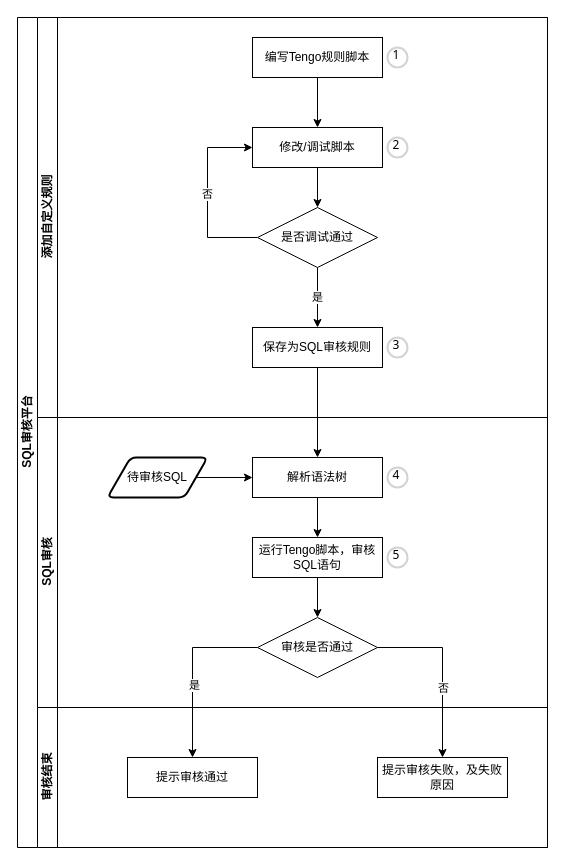
Before: tengo-rule.drawio in ColdWaterLW/drawio, a draw.io diagram. Source tidied: cells renumbered, new cells numbered last; positions are measured from the earlier drawing's top-left corner, leaving out a move shared by most shapes. Both pictures are drawn from the tidied source at 100%, with x=0, y=0 at pixel (17, 17).
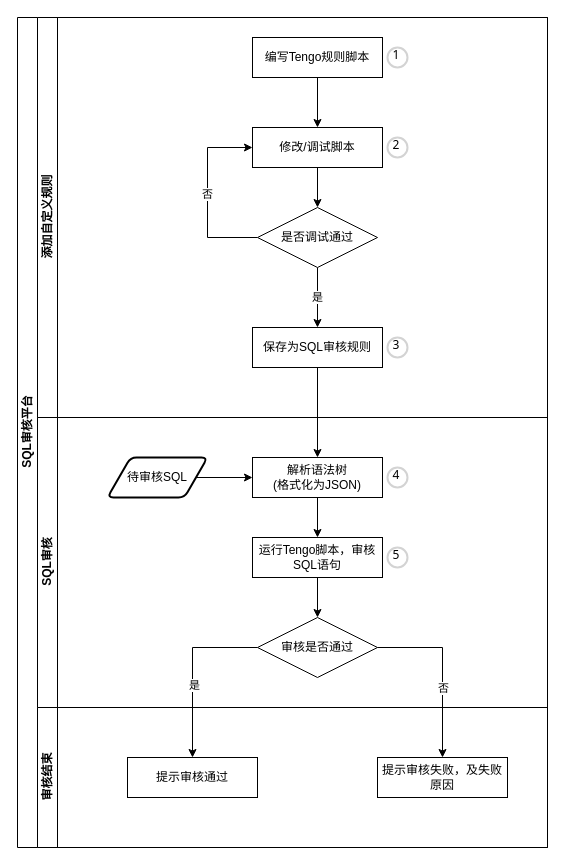
The same diagram, later.

The change refers to these unchanged cells:
```xml
<mxCell id="15" value="SQL审核" style="swimlane;html=1;startSize=20;horizontal=0;" parent="2" vertex="1">
  <mxGeometry x="20" y="400" width="510" height="290" as="geometry" />
</mxCell>
```

What changed in the source:
```diff
@@
-    <mxCell id="17" value="解析语法树" style="rounded=0;whiteSpace=wrap;html=1;fontFamily=Helvetica;fontSize=12;fontColor=#000000;align=center;" parent="15" vertex="1">
+    <mxCell id="17" value="解析语法树&lt;br&gt;(格式化为JSON)" style="rounded=0;whiteSpace=wrap;html=1;fontFamily=Helvetica;fontSize=12;fontColor=#000000;align=center;" parent="15" vertex="1">
       <mxGeometry x="215" y="40" width="130" height="40" as="geometry" />
     </mxCell>
```
